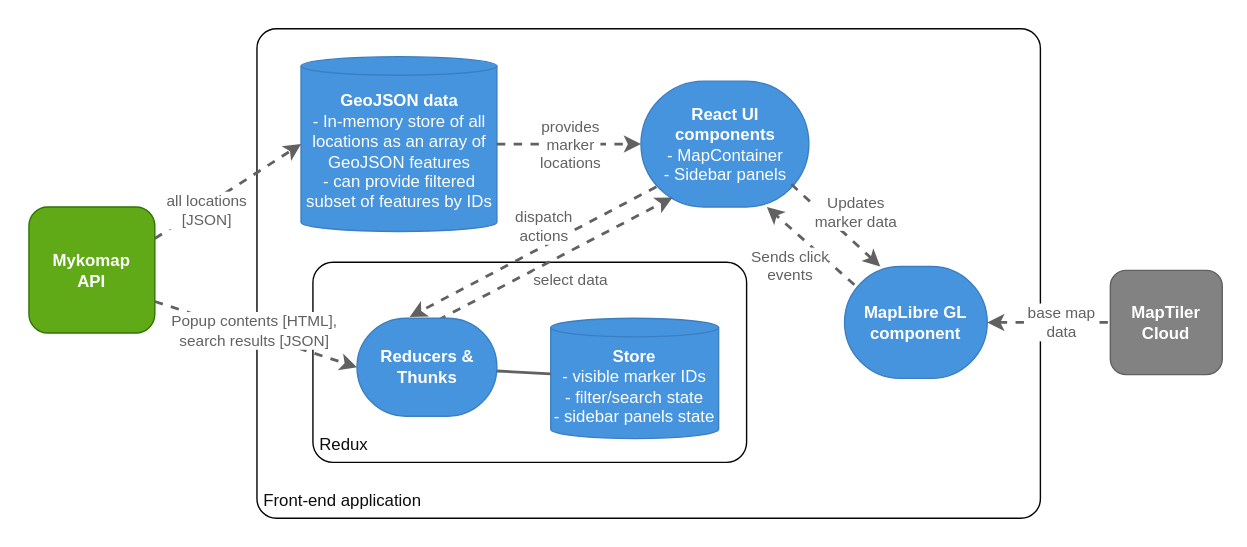
Above: docs/images/architecture-front-end.drawio.svg in DigitalCommons/mykomap-monolith (draw.io), before the change. Source tidied: cells renumbered, new cells last; positions are measured from the earlier drawing's top-left corner, leaving out a move shared by most shapes. Source of this version:
```xml
<mxGraphModel>
  <root>
    <mxCell id="0" />
    <mxCell id="1" parent="0" />
    <mxCell id="2" style="rounded=0;whiteSpace=wrap;html=1;labelBackgroundColor=none;strokeColor=none;fontColor=#0D0D0D;fillColor=#FFFFFF;arcSize=4;align=left;verticalAlign=bottom;spacing=5;" parent="1" vertex="1">
      <mxGeometry width="890" height="390" as="geometry" />
    </mxCell>
    <mxCell id="3" value="Front-end application" style="rounded=1;whiteSpace=wrap;html=1;labelBackgroundColor=none;strokeColor=#050505;fontColor=#0D0D0D;fillColor=#FFFFFF;arcSize=4;align=left;verticalAlign=bottom;spacing=5;" parent="1" vertex="1">
      <mxGeometry x="183" y="20" width="560" height="350" as="geometry" />
    </mxCell>
    <mxCell id="4" value="&lt;b&gt;React UI components&lt;/b&gt;&lt;br&gt;- MapContainer&lt;br&gt;- Sidebar panels" style="rounded=1;whiteSpace=wrap;html=1;fillColor=#4693DE;strokeColor=#3c7fc0;fontColor=#ffffff;arcSize=50;" parent="1" vertex="1">
      <mxGeometry x="457.5" y="57.5" width="120" height="90" as="geometry" />
    </mxCell>
    <mxCell id="5" value="&lt;b&gt;Mykomap&lt;br&gt;API&lt;br&gt;&lt;/b&gt;" style="rounded=1;whiteSpace=wrap;html=1;fillColor=#60a917;strokeColor=#2D7600;fontColor=#ffffff;" parent="1" vertex="1">
      <mxGeometry x="20" y="147.5" width="90" height="90" as="geometry" />
    </mxCell>
    <mxCell id="6" value="&lt;b&gt;MapLibre GL component&lt;/b&gt;" style="rounded=1;whiteSpace=wrap;html=1;fillColor=#4693DE;strokeColor=#3c7fc0;fontColor=#ffffff;arcSize=50;" parent="1" vertex="1">
      <mxGeometry x="603" y="190" width="102" height="80" as="geometry" />
    </mxCell>
    <mxCell id="7" value="Updates&lt;br&gt;marker data" style="endArrow=classic;html=1;dashed=1;strokeWidth=2;strokeColor=#616161;labelBackgroundColor=#FFFFFF;fontColor=#616161;verticalAlign=bottom;entryX=0.25;entryY=0;entryDx=0;entryDy=0;startArrow=none;exitX=0.896;exitY=0.819;exitDx=0;exitDy=0;exitPerimeter=0;" parent="1" edge="1" source="4" target="6">
      <mxGeometry x="0.34" y="5" relative="1" as="geometry" />
    </mxCell>
    <mxCell id="8" value="Redux" style="rounded=1;whiteSpace=wrap;html=1;labelBackgroundColor=none;strokeColor=#050505;fontColor=#0D0D0D;fillColor=#FFFFFF;arcSize=10;align=left;verticalAlign=bottom;spacing=5;perimeterSpacing=0;" parent="1" vertex="1">
      <mxGeometry x="223" y="187" width="310" height="143" as="geometry" />
    </mxCell>
    <mxCell id="9" value="dispatch&lt;br&gt;actions" style="endArrow=classic;html=1;entryX=0.376;entryY=-0.014;entryDx=0;entryDy=0;exitX=0.092;exitY=0.839;exitDx=0;exitDy=0;dashed=1;strokeWidth=2;strokeColor=#616161;labelBackgroundColor=#FFFFFF;fontColor=#616161;entryPerimeter=0;horizontal=1;verticalAlign=bottom;exitPerimeter=0;" parent="1" edge="1" source="4" target="13">
      <mxGeometry x="-0.08" y="1" relative="1" as="geometry" />
    </mxCell>
    <mxCell id="10" value="select data" style="endArrow=classic;html=1;dashed=1;strokeWidth=2;strokeColor=#616161;labelBackgroundColor=#FFFFFF;fontColor=#616161;exitX=0.579;exitY=0.019;exitDx=0;exitDy=0;exitPerimeter=0;verticalAlign=top;horizontal=1;entryX=0.188;entryY=0.924;entryDx=0;entryDy=0;entryPerimeter=0;" parent="1" edge="1" source="13" target="4">
      <mxGeometry x="0.09" y="-7" relative="1" as="geometry" />
    </mxCell>
    <mxCell id="11" value="&lt;font&gt;&lt;b&gt;GeoJSON data&lt;/b&gt;&lt;br&gt;- In-memory store of all locations as an array of GeoJSON features&lt;br&gt;- can provide filtered subset of features by IDs&lt;br&gt;&lt;/font&gt;" style="shape=cylinder3;whiteSpace=wrap;html=1;boundedLbl=1;backgroundOutline=1;size=6.64705882352942;labelBackgroundColor=none;strokeColor=#3c7fc0;fontColor=#FFFFFF;fillColor=#4693DE;rounded=1;" parent="1" vertex="1">
      <mxGeometry x="214.5" y="40" width="140" height="125" as="geometry" />
    </mxCell>
    <mxCell id="12" value="&lt;font&gt;&lt;b&gt;Store&lt;/b&gt;&lt;br&gt;- visible marker IDs&lt;br&gt;- filter/search state&lt;br&gt;- sidebar panels state&lt;br&gt;&lt;/font&gt;" style="shape=cylinder3;whiteSpace=wrap;html=1;boundedLbl=1;backgroundOutline=1;size=6.64705882352942;labelBackgroundColor=none;strokeColor=#3c7fc0;fontColor=#FFFFFF;fillColor=#4693DE;rounded=1;" parent="1" vertex="1">
      <mxGeometry x="393" y="227" width="120" height="86" as="geometry" />
    </mxCell>
    <mxCell id="13" value="&lt;b&gt;Reducers &amp;amp; Thunks&lt;/b&gt;" style="rounded=1;whiteSpace=wrap;html=1;fillColor=#4693DE;strokeColor=#3c7fc0;fontColor=#ffffff;arcSize=50;" parent="1" vertex="1">
      <mxGeometry x="254.5" y="227" width="100" height="70" as="geometry" />
    </mxCell>
    <mxCell id="14" style="edgeStyle=none;html=1;strokeColor=#616161;strokeWidth=2;endArrow=none;endFill=0;" parent="1" edge="1" source="13" target="12">
      <mxGeometry relative="1" as="geometry" />
    </mxCell>
    <mxCell id="15" value="Sends click&lt;br&gt;events" style="endArrow=classic;html=1;dashed=1;strokeWidth=2;strokeColor=#616161;labelBackgroundColor=#FFFFFF;fontColor=#616161;entryX=0.75;entryY=1;entryDx=0;entryDy=0;verticalAlign=top;exitX=0.069;exitY=0.163;exitDx=0;exitDy=0;exitPerimeter=0;" parent="1" edge="1" source="6" target="4">
      <mxGeometry x="0.37" y="7" relative="1" as="geometry">
        <mxPoint x="1" as="offset" />
      </mxGeometry>
    </mxCell>
    <mxCell id="16" value="provides&lt;br&gt;marker&lt;br&gt;locations" style="endArrow=classic;html=1;dashed=1;strokeWidth=2;strokeColor=#616161;labelBackgroundColor=#FFFFFF;fontColor=#616161;entryX=0;entryY=0.5;entryDx=0;entryDy=0;verticalAlign=middle;exitX=1;exitY=0.5;exitDx=0;exitDy=0;exitPerimeter=0;" parent="1" edge="1" source="11" target="4">
      <mxGeometry relative="1" as="geometry" />
    </mxCell>
    <mxCell id="17" value="base map&lt;br&gt;data" style="endArrow=none;html=1;exitX=1;exitY=0.5;exitDx=0;exitDy=0;dashed=1;strokeWidth=2;strokeColor=#616161;labelBackgroundColor=#FFFFFF;fontColor=#616161;verticalAlign=middle;entryX=0;entryY=0.5;entryDx=0;entryDy=0;endFill=0;startArrow=classic;startFill=1;" parent="1" edge="1" source="6" target="18">
      <mxGeometry x="0.2" relative="1" as="geometry" />
    </mxCell>
    <mxCell id="18" value="&lt;b&gt;MapTiler Cloud&lt;/b&gt;" style="rounded=1;whiteSpace=wrap;html=1;fillColor=#828282;strokeColor=#616161;fontColor=#ffffff;" parent="1" vertex="1">
      <mxGeometry x="793" y="192.8" width="80" height="74.5" as="geometry" />
    </mxCell>
    <mxCell id="19" value="all&amp;nbsp;locations&lt;br&gt;[JSON]" style="endArrow=classic;html=1;dashed=1;strokeWidth=2;strokeColor=#616161;labelBackgroundColor=#FFFFFF;fontColor=#616161;exitX=1;exitY=0.25;exitDx=0;exitDy=0;verticalAlign=middle;horizontal=1;entryX=0;entryY=0.5;entryDx=0;entryDy=0;entryPerimeter=0;" parent="1" edge="1" source="5" target="11">
      <mxGeometry x="-0.32" y="-4" relative="1" as="geometry">
        <mxPoint x="-1" as="offset" />
      </mxGeometry>
    </mxCell>
    <mxCell id="20" value="Popup contents [HTML],&lt;br&gt;search results [JSON]&lt;br&gt;" style="endArrow=classic;html=1;dashed=1;strokeWidth=2;strokeColor=#616161;labelBackgroundColor=#FFFFFF;fontColor=#616161;exitX=1;exitY=0.75;exitDx=0;exitDy=0;verticalAlign=middle;horizontal=1;entryX=0;entryY=0.5;entryDx=0;entryDy=0;" parent="1" edge="1" source="5" target="13">
      <mxGeometry x="-0.03" y="2" relative="1" as="geometry" />
    </mxCell>
  </root>
</mxGraphModel>
```
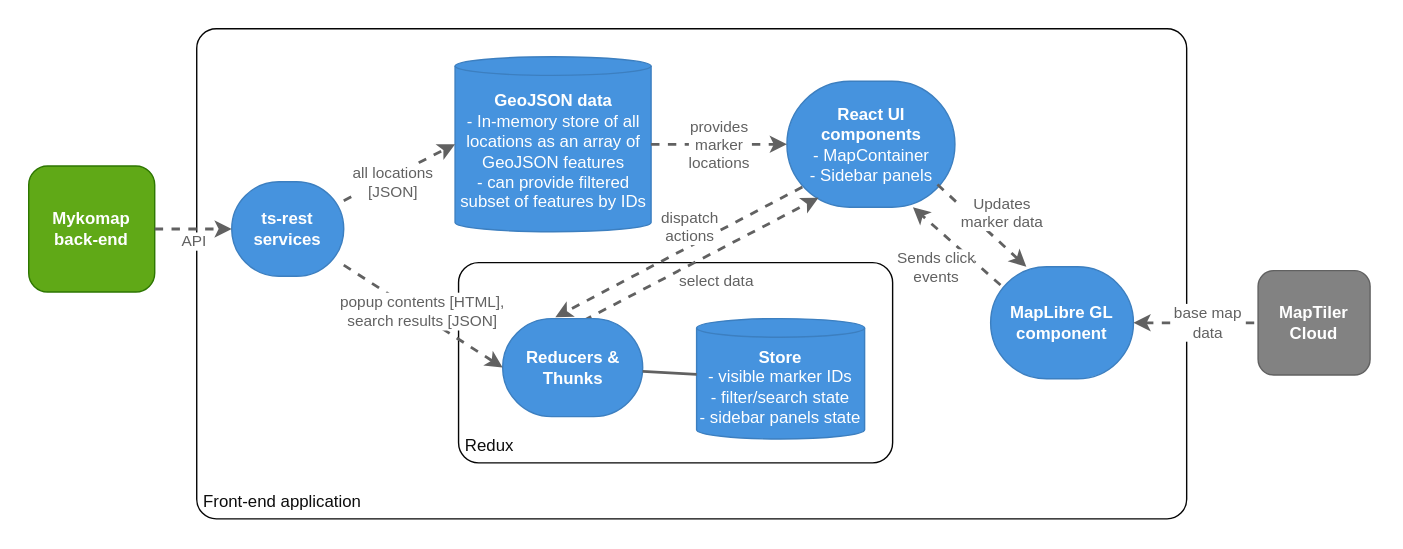
Above is the later version.

What changed in the source:
```diff
@@ -3,25 +3,25 @@
     <mxCell id="0" />
     <mxCell id="1" parent="0" />
     <mxCell id="2" style="rounded=0;whiteSpace=wrap;html=1;labelBackgroundColor=none;strokeColor=none;fontColor=#0D0D0D;fillColor=#FFFFFF;arcSize=4;align=left;verticalAlign=bottom;spacing=5;" parent="1" vertex="1">
-      <mxGeometry width="890" height="390" as="geometry" />
+      <mxGeometry width="1000" height="390" as="geometry" />
     </mxCell>
     <mxCell id="3" value="Front-end application" style="rounded=1;whiteSpace=wrap;html=1;labelBackgroundColor=none;strokeColor=#050505;fontColor=#0D0D0D;fillColor=#FFFFFF;arcSize=4;align=left;verticalAlign=bottom;spacing=5;" parent="1" vertex="1">
-      <mxGeometry x="183" y="20" width="560" height="350" as="geometry" />
+      <mxGeometry x="140" y="20" width="707" height="350" as="geometry" />
     </mxCell>
     <mxCell id="4" value="&lt;b&gt;React UI components&lt;/b&gt;&lt;br&gt;- MapContainer&lt;br&gt;- Sidebar panels" style="rounded=1;whiteSpace=wrap;html=1;fillColor=#4693DE;strokeColor=#3c7fc0;fontColor=#ffffff;arcSize=50;" parent="1" vertex="1">
-      <mxGeometry x="457.5" y="57.5" width="120" height="90" as="geometry" />
+      <mxGeometry x="561.5" y="57.5" width="120" height="90" as="geometry" />
     </mxCell>
-    <mxCell id="5" value="&lt;b&gt;Mykomap&lt;br&gt;API&lt;br&gt;&lt;/b&gt;" style="rounded=1;whiteSpace=wrap;html=1;fillColor=#60a917;strokeColor=#2D7600;fontColor=#ffffff;" parent="1" vertex="1">
-      <mxGeometry x="20" y="147.5" width="90" height="90" as="geometry" />
+    <mxCell id="5" value="&lt;b&gt;Mykomap&lt;br&gt;back-end&lt;br&gt;&lt;/b&gt;" style="rounded=1;whiteSpace=wrap;html=1;fillColor=#60a917;strokeColor=#2D7600;fontColor=#ffffff;" parent="1" vertex="1">
+      <mxGeometry x="20" y="118" width="90" height="90" as="geometry" />
     </mxCell>
     <mxCell id="6" value="&lt;b&gt;MapLibre GL component&lt;/b&gt;" style="rounded=1;whiteSpace=wrap;html=1;fillColor=#4693DE;strokeColor=#3c7fc0;fontColor=#ffffff;arcSize=50;" parent="1" vertex="1">
-      <mxGeometry x="603" y="190" width="102" height="80" as="geometry" />
+      <mxGeometry x="707" y="190" width="102" height="80" as="geometry" />
     </mxCell>
     <mxCell id="7" value="Updates&lt;br&gt;marker data" style="endArrow=classic;html=1;dashed=1;strokeWidth=2;strokeColor=#616161;labelBackgroundColor=#FFFFFF;fontColor=#616161;verticalAlign=bottom;entryX=0.25;entryY=0;entryDx=0;entryDy=0;startArrow=none;exitX=0.896;exitY=0.819;exitDx=0;exitDy=0;exitPerimeter=0;" parent="1" edge="1" source="4" target="6">
       <mxGeometry x="0.34" y="5" relative="1" as="geometry" />
     </mxCell>
     <mxCell id="8" value="Redux" style="rounded=1;whiteSpace=wrap;html=1;labelBackgroundColor=none;strokeColor=#050505;fontColor=#0D0D0D;fillColor=#FFFFFF;arcSize=10;align=left;verticalAlign=bottom;spacing=5;perimeterSpacing=0;" parent="1" vertex="1">
-      <mxGeometry x="223" y="187" width="310" height="143" as="geometry" />
+      <mxGeometry x="327" y="187" width="310" height="143" as="geometry" />
     </mxCell>
     <mxCell id="9" value="dispatch&lt;br&gt;actions" style="endArrow=classic;html=1;entryX=0.376;entryY=-0.014;entryDx=0;entryDy=0;exitX=0.092;exitY=0.839;exitDx=0;exitDy=0;dashed=1;strokeWidth=2;strokeColor=#616161;labelBackgroundColor=#FFFFFF;fontColor=#616161;entryPerimeter=0;horizontal=1;verticalAlign=bottom;exitPerimeter=0;" parent="1" edge="1" source="4" target="13">
       <mxGeometry x="-0.08" y="1" relative="1" as="geometry" />
@@ -30,13 +30,13 @@
       <mxGeometry x="0.09" y="-7" relative="1" as="geometry" />
     </mxCell>
     <mxCell id="11" value="&lt;font&gt;&lt;b&gt;GeoJSON data&lt;/b&gt;&lt;br&gt;- In-memory store of all locations as an array of GeoJSON features&lt;br&gt;- can provide filtered subset of features by IDs&lt;br&gt;&lt;/font&gt;" style="shape=cylinder3;whiteSpace=wrap;html=1;boundedLbl=1;backgroundOutline=1;size=6.64705882352942;labelBackgroundColor=none;strokeColor=#3c7fc0;fontColor=#FFFFFF;fillColor=#4693DE;rounded=1;" parent="1" vertex="1">
-      <mxGeometry x="214.5" y="40" width="140" height="125" as="geometry" />
+      <mxGeometry x="324.5" y="40" width="140" height="125" as="geometry" />
     </mxCell>
     <mxCell id="12" value="&lt;font&gt;&lt;b&gt;Store&lt;/b&gt;&lt;br&gt;- visible marker IDs&lt;br&gt;- filter/search state&lt;br&gt;- sidebar panels state&lt;br&gt;&lt;/font&gt;" style="shape=cylinder3;whiteSpace=wrap;html=1;boundedLbl=1;backgroundOutline=1;size=6.64705882352942;labelBackgroundColor=none;strokeColor=#3c7fc0;fontColor=#FFFFFF;fillColor=#4693DE;rounded=1;" parent="1" vertex="1">
-      <mxGeometry x="393" y="227" width="120" height="86" as="geometry" />
+      <mxGeometry x="497" y="227" width="120" height="86" as="geometry" />
     </mxCell>
     <mxCell id="13" value="&lt;b&gt;Reducers &amp;amp; Thunks&lt;/b&gt;" style="rounded=1;whiteSpace=wrap;html=1;fillColor=#4693DE;strokeColor=#3c7fc0;fontColor=#ffffff;arcSize=50;" parent="1" vertex="1">
-      <mxGeometry x="254.5" y="227" width="100" height="70" as="geometry" />
+      <mxGeometry x="358.5" y="227" width="100" height="70" as="geometry" />
     </mxCell>
     <mxCell id="14" style="edgeStyle=none;html=1;strokeColor=#616161;strokeWidth=2;endArrow=none;endFill=0;" parent="1" edge="1" source="13" target="12">
       <mxGeometry relative="1" as="geometry" />
@@ -53,15 +53,19 @@
       <mxGeometry x="0.2" relative="1" as="geometry" />
     </mxCell>
     <mxCell id="18" value="&lt;b&gt;MapTiler Cloud&lt;/b&gt;" style="rounded=1;whiteSpace=wrap;html=1;fillColor=#828282;strokeColor=#616161;fontColor=#ffffff;" parent="1" vertex="1">
-      <mxGeometry x="793" y="192.8" width="80" height="74.5" as="geometry" />
+      <mxGeometry x="898" y="192.8" width="80" height="74.5" as="geometry" />
     </mxCell>
-    <mxCell id="19" value="all&amp;nbsp;locations&lt;br&gt;[JSON]" style="endArrow=classic;html=1;dashed=1;strokeWidth=2;strokeColor=#616161;labelBackgroundColor=#FFFFFF;fontColor=#616161;exitX=1;exitY=0.25;exitDx=0;exitDy=0;verticalAlign=middle;horizontal=1;entryX=0;entryY=0.5;entryDx=0;entryDy=0;entryPerimeter=0;" parent="1" edge="1" source="5" target="11">
-      <mxGeometry x="-0.32" y="-4" relative="1" as="geometry">
-        <mxPoint x="-1" as="offset" />
-      </mxGeometry>
+    <mxCell id="19" value="all&amp;nbsp;locations&lt;br&gt;[JSON]" style="endArrow=classic;html=1;dashed=1;strokeWidth=2;strokeColor=#616161;labelBackgroundColor=#FFFFFF;fontColor=#616161;verticalAlign=middle;horizontal=1;entryX=0;entryY=0.5;entryDx=0;entryDy=0;entryPerimeter=0;" parent="1" edge="1" source="21" target="11">
+      <mxGeometry x="-0.17" y="-4" relative="1" as="geometry" />
     </mxCell>
-    <mxCell id="20" value="Popup contents [HTML],&lt;br&gt;search results [JSON]&lt;br&gt;" style="endArrow=classic;html=1;dashed=1;strokeWidth=2;strokeColor=#616161;labelBackgroundColor=#FFFFFF;fontColor=#616161;exitX=1;exitY=0.75;exitDx=0;exitDy=0;verticalAlign=middle;horizontal=1;entryX=0;entryY=0.5;entryDx=0;entryDy=0;" parent="1" edge="1" source="5" target="13">
+    <mxCell id="20" value="popup contents [HTML],&lt;br&gt;search results [JSON]" style="endArrow=classic;html=1;dashed=1;strokeWidth=2;strokeColor=#616161;labelBackgroundColor=#FFFFFF;fontColor=#616161;verticalAlign=middle;horizontal=1;entryX=0;entryY=0.5;entryDx=0;entryDy=0;" parent="1" edge="1" source="21" target="13">
       <mxGeometry x="-0.03" y="2" relative="1" as="geometry" />
     </mxCell>
+    <mxCell id="21" value="&lt;b&gt;ts-rest&lt;br&gt;services&lt;br&gt;&lt;/b&gt;" style="rounded=1;whiteSpace=wrap;html=1;fillColor=#4693DE;strokeColor=#3c7fc0;fontColor=#ffffff;arcSize=50;" parent="1" vertex="1">
+      <mxGeometry x="165" y="129.2" width="80" height="67.5" as="geometry" />
+    </mxCell>
+    <mxCell id="22" value="API" style="endArrow=classic;html=1;dashed=1;strokeWidth=2;strokeColor=#616161;labelBackgroundColor=#FFFFFF;fontColor=#616161;verticalAlign=bottom;horizontal=1;entryX=0;entryY=0.5;entryDx=0;entryDy=0;exitX=1;exitY=0.5;exitDx=0;exitDy=0;" parent="1" edge="1" source="5" target="21">
+      <mxGeometry y="-18" relative="1" as="geometry" />
+    </mxCell>
   </root>
 </mxGraphModel>
```
